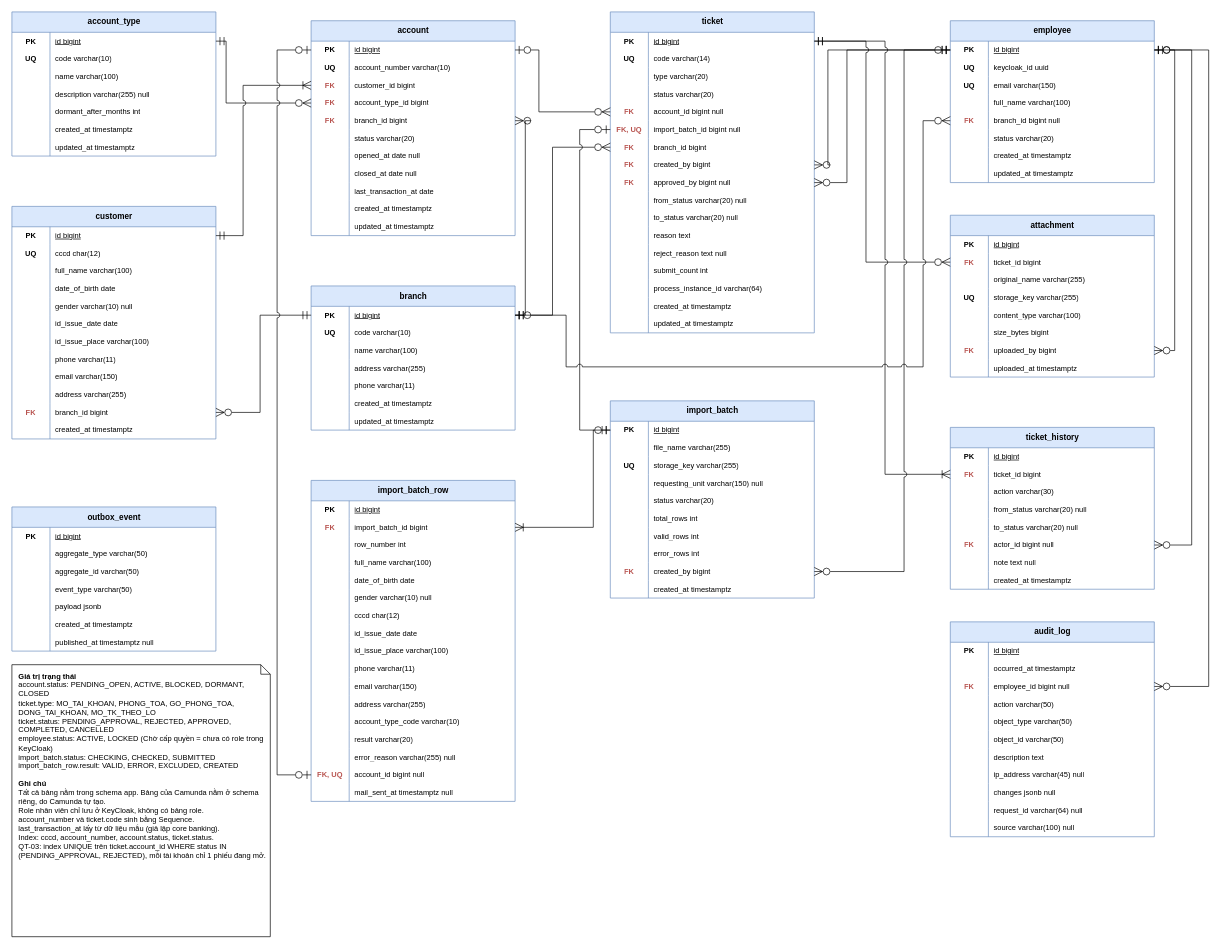
The draw.io diagram docs/diagrams/erd.drawio in Arielne/account-lifecycle-portal, before the edit. Source tidied: cells renumbered, new cells numbered last; positions are measured from the earlier drawing's top-left corner, leaving out a move shared by most shapes. Both pictures are drawn from the tidied source at 68%, with x=0, y=0 at pixel (12, 12).
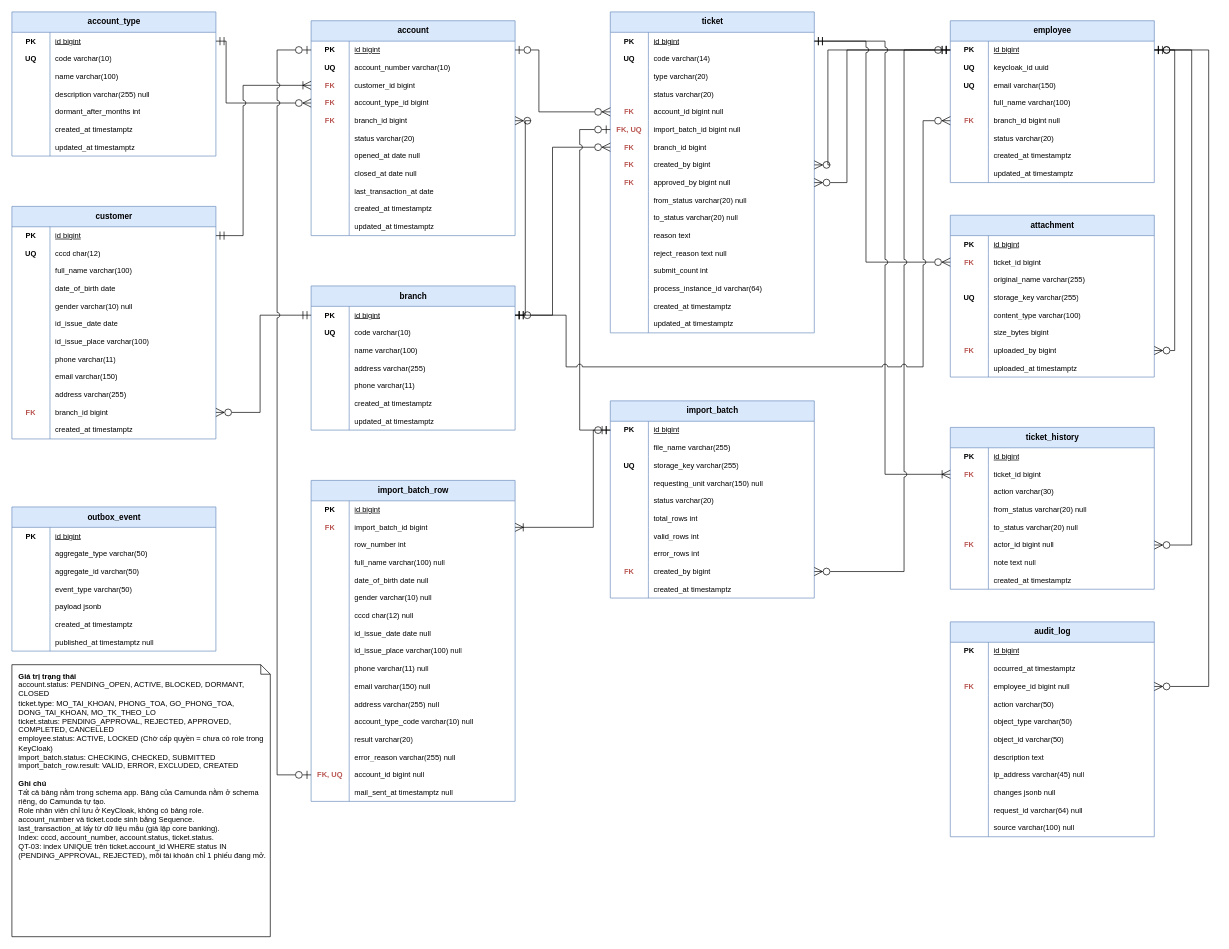
Above is the later version.

Commit message:
docs: cập nhật ERD, cho phép để trống cột dữ liệu của dòng import

The change refers to these unchanged cells:
```xml
<mxCell id="105" style="shape=tableRow;horizontal=0;startSize=0;swimlaneHead=0;swimlaneBody=0;fillColor=none;top=0;left=0;right=0;bottom=0;html=1;" parent="95" vertex="1">
  <mxGeometry y="108" width="300" height="26" as="geometry" />
</mxCell>
<mxCell id="108" style="shape=tableRow;horizontal=0;startSize=0;swimlaneHead=0;swimlaneBody=0;fillColor=none;top=0;left=0;right=0;bottom=0;html=1;" parent="95" vertex="1">
  <mxGeometry y="134" width="300" height="26" as="geometry" />
</mxCell>
<mxCell id="114" style="shape=tableRow;horizontal=0;startSize=0;swimlaneHead=0;swimlaneBody=0;fillColor=none;top=0;left=0;right=0;bottom=0;html=1;" parent="95" vertex="1">
  <mxGeometry y="186" width="300" height="26" as="geometry" />
</mxCell>
<mxCell id="117" style="shape=tableRow;horizontal=0;startSize=0;swimlaneHead=0;swimlaneBody=0;fillColor=none;top=0;left=0;right=0;bottom=0;html=1;" parent="95" vertex="1">
  <mxGeometry y="212" width="300" height="26" as="geometry" />
</mxCell>
<mxCell id="120" style="shape=tableRow;horizontal=0;startSize=0;swimlaneHead=0;swimlaneBody=0;fillColor=none;top=0;left=0;right=0;bottom=0;html=1;" parent="95" vertex="1">
  <mxGeometry y="238" width="300" height="26" as="geometry" />
</mxCell>
<mxCell id="123" style="shape=tableRow;horizontal=0;startSize=0;swimlaneHead=0;swimlaneBody=0;fillColor=none;top=0;left=0;right=0;bottom=0;html=1;" parent="95" vertex="1">
  <mxGeometry y="264" width="300" height="26" as="geometry" />
</mxCell>
<mxCell id="126" style="shape=tableRow;horizontal=0;startSize=0;swimlaneHead=0;swimlaneBody=0;fillColor=none;top=0;left=0;right=0;bottom=0;html=1;" parent="95" vertex="1">
  <mxGeometry y="290" width="300" height="26" as="geometry" />
</mxCell>
<mxCell id="129" style="shape=tableRow;horizontal=0;startSize=0;swimlaneHead=0;swimlaneBody=0;fillColor=none;top=0;left=0;right=0;bottom=0;html=1;" parent="95" vertex="1">
  <mxGeometry y="316" width="300" height="26" as="geometry" />
</mxCell>
<mxCell id="132" style="shape=tableRow;horizontal=0;startSize=0;swimlaneHead=0;swimlaneBody=0;fillColor=none;top=0;left=0;right=0;bottom=0;html=1;" parent="95" vertex="1">
  <mxGeometry y="342" width="300" height="26" as="geometry" />
</mxCell>
```

Change to the diagram source:
```diff
@@
-    <mxCell id="107" value="full_name varchar(100)" style="shape=partialRectangle;fillColor=none;top=0;left=0;bottom=0;right=0;align=left;spacingLeft=6;overflow=hidden;html=1;whiteSpace=wrap;fontSize=11;" parent="105" vertex="1">
+    <mxCell id="107" value="full_name varchar(100) null" style="shape=partialRectangle;fillColor=none;top=0;left=0;bottom=0;right=0;align=left;spacingLeft=6;overflow=hidden;html=1;whiteSpace=wrap;fontSize=11;" parent="105" vertex="1">
       <mxGeometry x="56" width="244" height="26" as="geometry" />
     </mxCell>
@@
-    <mxCell id="110" value="date_of_birth date" style="shape=partialRectangle;fillColor=none;top=0;left=0;bottom=0;right=0;align=left;spacingLeft=6;overflow=hidden;html=1;whiteSpace=wrap;fontSize=11;" parent="108" vertex="1">
+    <mxCell id="110" value="date_of_birth date null" style="shape=partialRectangle;fillColor=none;top=0;left=0;bottom=0;right=0;align=left;spacingLeft=6;overflow=hidden;html=1;whiteSpace=wrap;fontSize=11;" parent="108" vertex="1">
       <mxGeometry x="56" width="244" height="26" as="geometry" />
     </mxCell>
@@
-    <mxCell id="116" value="cccd char(12)" style="shape=partialRectangle;fillColor=none;top=0;left=0;bottom=0;right=0;align=left;spacingLeft=6;overflow=hidden;html=1;whiteSpace=wrap;fontSize=11;" parent="114" vertex="1">
+    <mxCell id="116" value="cccd char(12) null" style="shape=partialRectangle;fillColor=none;top=0;left=0;bottom=0;right=0;align=left;spacingLeft=6;overflow=hidden;html=1;whiteSpace=wrap;fontSize=11;" parent="114" vertex="1">
       <mxGeometry x="56" width="244" height="26" as="geometry" />
     </mxCell>
@@
-    <mxCell id="119" value="id_issue_date date" style="shape=partialRectangle;fillColor=none;top=0;left=0;bottom=0;right=0;align=left;spacingLeft=6;overflow=hidden;html=1;whiteSpace=wrap;fontSize=11;" parent="117" vertex="1">
+    <mxCell id="119" value="id_issue_date date null" style="shape=partialRectangle;fillColor=none;top=0;left=0;bottom=0;right=0;align=left;spacingLeft=6;overflow=hidden;html=1;whiteSpace=wrap;fontSize=11;" parent="117" vertex="1">
       <mxGeometry x="56" width="244" height="26" as="geometry" />
     </mxCell>
@@
-    <mxCell id="122" value="id_issue_place varchar(100)" style="shape=partialRectangle;fillColor=none;top=0;left=0;bottom=0;right=0;align=left;spacingLeft=6;overflow=hidden;html=1;whiteSpace=wrap;fontSize=11;" parent="120" vertex="1">
+    <mxCell id="122" value="id_issue_place varchar(100) null" style="shape=partialRectangle;fillColor=none;top=0;left=0;bottom=0;right=0;align=left;spacingLeft=6;overflow=hidden;html=1;whiteSpace=wrap;fontSize=11;" parent="120" vertex="1">
       <mxGeometry x="56" width="244" height="26" as="geometry" />
     </mxCell>
@@
-    <mxCell id="125" value="phone varchar(11)" style="shape=partialRectangle;fillColor=none;top=0;left=0;bottom=0;right=0;align=left;spacingLeft=6;overflow=hidden;html=1;whiteSpace=wrap;fontSize=11;" parent="123" vertex="1">
+    <mxCell id="125" value="phone varchar(11) null" style="shape=partialRectangle;fillColor=none;top=0;left=0;bottom=0;right=0;align=left;spacingLeft=6;overflow=hidden;html=1;whiteSpace=wrap;fontSize=11;" parent="123" vertex="1">
       <mxGeometry x="56" width="244" height="26" as="geometry" />
     </mxCell>
@@
-    <mxCell id="128" value="email varchar(150)" style="shape=partialRectangle;fillColor=none;top=0;left=0;bottom=0;right=0;align=left;spacingLeft=6;overflow=hidden;html=1;whiteSpace=wrap;fontSize=11;" parent="126" vertex="1">
+    <mxCell id="128" value="email varchar(150) null" style="shape=partialRectangle;fillColor=none;top=0;left=0;bottom=0;right=0;align=left;spacingLeft=6;overflow=hidden;html=1;whiteSpace=wrap;fontSize=11;" parent="126" vertex="1">
       <mxGeometry x="56" width="244" height="26" as="geometry" />
     </mxCell>
@@
-    <mxCell id="131" value="address varchar(255)" style="shape=partialRectangle;fillColor=none;top=0;left=0;bottom=0;right=0;align=left;spacingLeft=6;overflow=hidden;html=1;whiteSpace=wrap;fontSize=11;" parent="129" vertex="1">
+    <mxCell id="131" value="address varchar(255) null" style="shape=partialRectangle;fillColor=none;top=0;left=0;bottom=0;right=0;align=left;spacingLeft=6;overflow=hidden;html=1;whiteSpace=wrap;fontSize=11;" parent="129" vertex="1">
       <mxGeometry x="56" width="244" height="26" as="geometry" />
     </mxCell>
@@
-    <mxCell id="134" value="account_type_code varchar(10)" style="shape=partialRectangle;fillColor=none;top=0;left=0;bottom=0;right=0;align=left;spacingLeft=6;overflow=hidden;html=1;whiteSpace=wrap;fontSize=11;" parent="132" vertex="1">
+    <mxCell id="134" value="account_type_code varchar(10) null" style="shape=partialRectangle;fillColor=none;top=0;left=0;bottom=0;right=0;align=left;spacingLeft=6;overflow=hidden;html=1;whiteSpace=wrap;fontSize=11;" parent="132" vertex="1">
       <mxGeometry x="56" width="244" height="26" as="geometry" />
     </mxCell>
```
